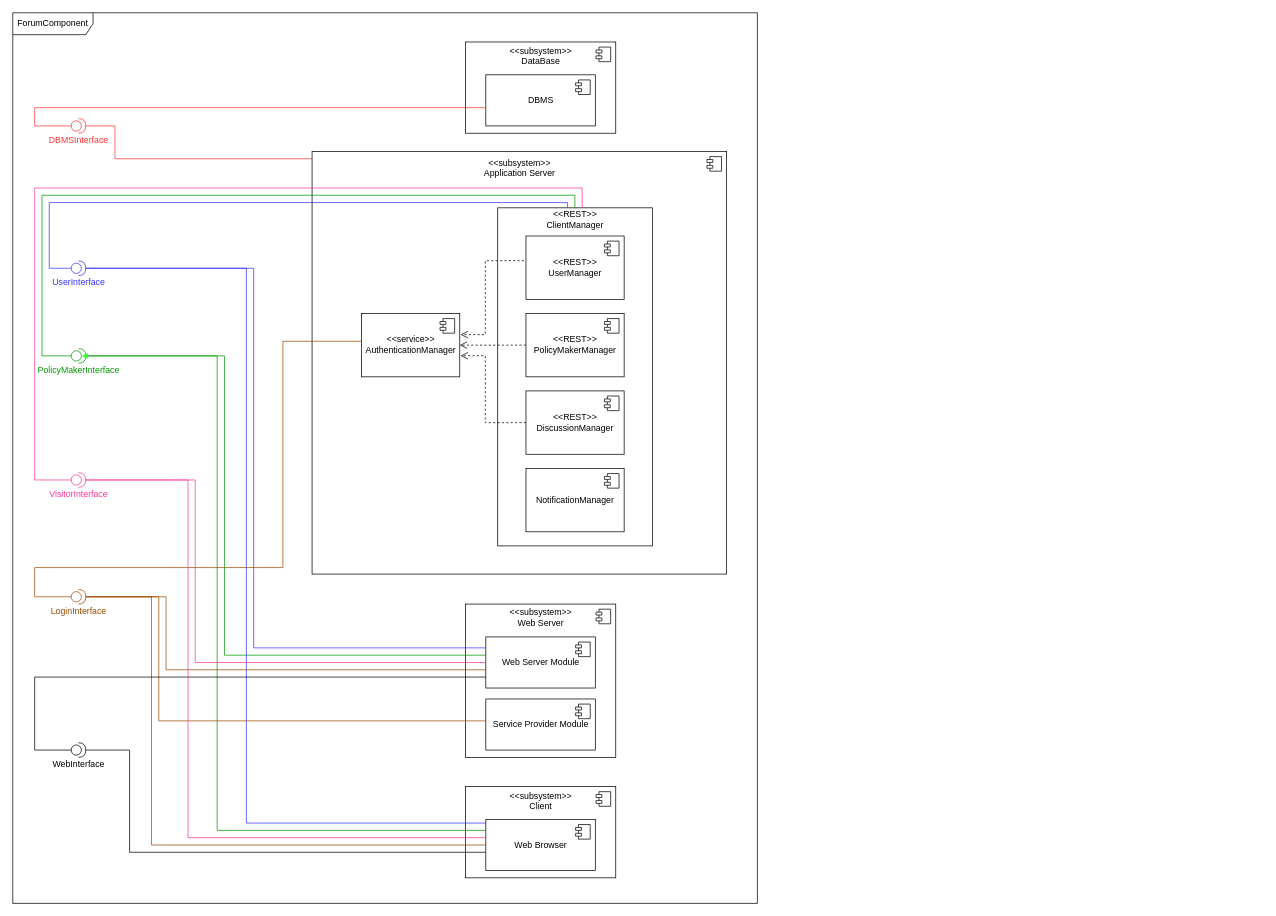
Above: page "ForumComponent" (1 of 2) of DD Diagrams/ComponentDiagram.drawio in matteovisotto/SE2-CecchettoSirianiVisotto (draw.io), before the change. Source tidied: cells renumbered, new cells numbered last; positions are measured from the earlier drawing's top-left corner, leaving out a move shared by most shapes. Both pictures are drawn from the tidied source at 73%, with x=0, y=0 at pixel (12, 12).
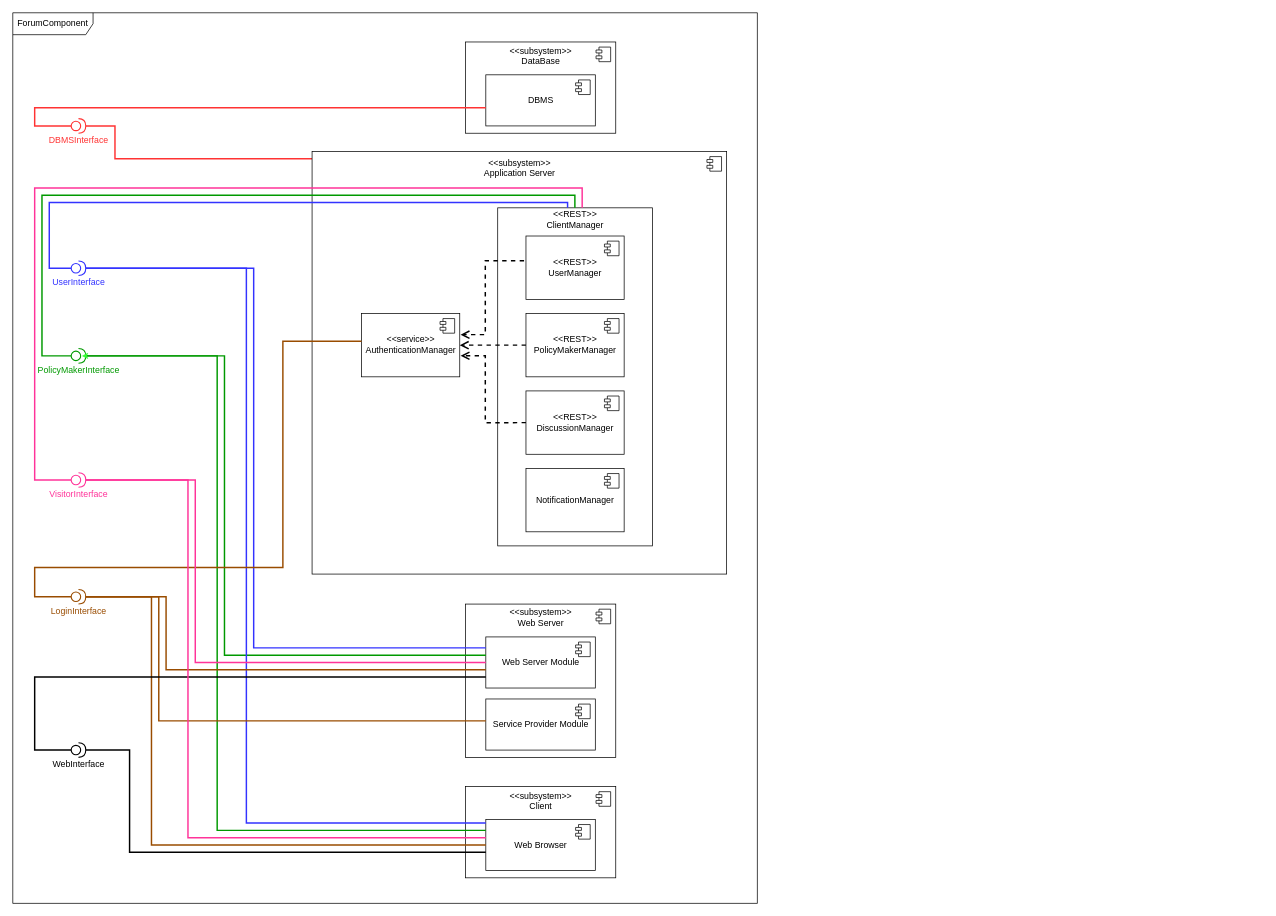
The same page after the edit.

Unchanged cells that the change refers to:
```xml
<mxCell id="7" value="DBMS" style="html=1;" parent="4" vertex="1">
  <mxGeometry x="28" y="45" width="150" height="70" as="geometry" />
</mxCell>
<mxCell id="14" value="Web Browser" style="html=1;" parent="11" vertex="1">
  <mxGeometry x="28" y="45" width="150" height="70" as="geometry" />
</mxCell>
<mxCell id="19" value="Web Server Module" style="html=1;" parent="16" vertex="1">
  <mxGeometry x="28" y="45" width="150" height="70" as="geometry" />
</mxCell>
<mxCell id="21" value="Service Provider Module" style="html=1;" parent="16" vertex="1">
  <mxGeometry x="28" y="130" width="150" height="70" as="geometry" />
</mxCell>
<mxCell id="26" style="group;" parent="25" vertex="1">
  <mxGeometry x="-40" width="1112.7" height="590" as="geometry" />
</mxCell>
<mxCell id="27" value="&amp;lt;&amp;lt;subsystem&amp;gt;&amp;gt;&lt;br&gt;Application Server&lt;br&gt;&lt;br&gt;&lt;br&gt;&lt;br&gt;&lt;br&gt;&lt;br&gt;&lt;br&gt;&lt;br&gt;&lt;br&gt;&lt;br&gt;&lt;br&gt;&lt;br&gt;&lt;br&gt;&lt;br&gt;&lt;br&gt;&lt;br&gt;&lt;br&gt;&lt;br&gt;&lt;br&gt;&lt;br&gt;&lt;br&gt;&lt;br&gt;&lt;br&gt;&lt;br&gt;&lt;br&gt;&lt;br&gt;&lt;br&gt;&lt;br&gt;&lt;br&gt;&lt;br&gt;&lt;br&gt;&lt;br&gt;&lt;br&gt;&lt;br&gt;&lt;br&gt;&lt;br&gt;&lt;br&gt;&lt;br&gt;" style="html=1;" parent="26" vertex="1">
  <mxGeometry width="567.9" height="578.9" as="geometry" />
</mxCell>
<mxCell id="29" value="&amp;lt;&amp;lt;REST&amp;gt;&amp;gt;&lt;br&gt;ClientManager&lt;br&gt;&lt;br&gt;&lt;br&gt;&lt;br&gt;&lt;br&gt;&lt;br&gt;&lt;br&gt;&lt;br&gt;&lt;br&gt;&lt;br&gt;&lt;br&gt;&lt;br&gt;&lt;br&gt;&lt;br&gt;&lt;br&gt;&lt;br&gt;&lt;br&gt;&lt;br&gt;&lt;br&gt;&lt;br&gt;&lt;br&gt;&lt;br&gt;&lt;br&gt;&lt;br&gt;&lt;br&gt;&lt;br&gt;&lt;br&gt;&lt;br&gt;&lt;br&gt;&lt;br&gt;&lt;br&gt;" style="html=1;" parent="26" vertex="1">
  <mxGeometry x="254.3" y="77.2" width="211.9" height="463.1" as="geometry" />
</mxCell>
<mxCell id="35" value="&amp;lt;&amp;lt;REST&amp;gt;&amp;gt;&lt;br&gt;PolicyMakerManager" style="html=1;" parent="26" vertex="1">
  <mxGeometry x="293" y="221.9" width="134.5" height="86.8" as="geometry" />
</mxCell>
<mxCell id="39" value="&amp;lt;&amp;lt;REST&amp;gt;&amp;gt;&lt;br&gt;DiscussionManager" style="html=1;" parent="26" vertex="1">
  <mxGeometry x="293" y="328" width="134.5" height="86.8" as="geometry" />
</mxCell>
<mxCell id="41" value="&amp;lt;&amp;lt;service&amp;gt;&amp;gt;&lt;br&gt;AuthenticationManager" style="html=1;" parent="26" vertex="1">
  <mxGeometry x="67.8" y="221.9" width="134.5" height="86.8" as="geometry" />
</mxCell>
```

What changed in the source:
```diff
@@
-    <mxCell id="3" value="&lt;font color=&quot;#ff3333&quot;&gt;DBMSInterface&lt;/font&gt;" style="shape=providedRequiredInterface;html=1;verticalLabelPosition=bottom;sketch=0;strokeColor=#FF3333;" parent="1" vertex="1">
+    <mxCell id="3" value="&lt;font color=&quot;#ff3333&quot;&gt;DBMSInterface&lt;/font&gt;" style="shape=providedRequiredInterface;html=1;verticalLabelPosition=bottom;sketch=0;strokeColor=#FF3333;strokeWidth=1.5;" parent="1" vertex="1">
       <mxGeometry x="80" y="145" width="20" height="20" as="geometry" />
     </mxCell>
@@
-    <mxCell id="9" value="&lt;font color=&quot;#3333ff&quot;&gt;UserInterface&lt;/font&gt;" style="shape=providedRequiredInterface;html=1;verticalLabelPosition=bottom;sketch=0;strokeColor=#3333FF;" parent="1" vertex="1">
+    <mxCell id="9" value="&lt;font color=&quot;#3333ff&quot;&gt;UserInterface&lt;/font&gt;" style="shape=providedRequiredInterface;html=1;verticalLabelPosition=bottom;sketch=0;strokeColor=#3333FF;strokeWidth=1.5;" parent="1" vertex="1">
       <mxGeometry x="80" y="340" width="20" height="20" as="geometry" />
     </mxCell>
-    <mxCell id="10" value="&lt;font color=&quot;#009900&quot;&gt;PolicyMakerInterface&lt;/font&gt;" style="shape=providedRequiredInterface;html=1;verticalLabelPosition=bottom;sketch=0;strokeColor=#009900;" parent="1" vertex="1">
+    <mxCell id="10" value="&lt;font color=&quot;#009900&quot;&gt;PolicyMakerInterface&lt;/font&gt;" style="shape=providedRequiredInterface;html=1;verticalLabelPosition=bottom;sketch=0;strokeColor=#009900;strokeWidth=1.5;" parent="1" vertex="1">
       <mxGeometry x="80" y="460" width="20" height="20" as="geometry" />
     </mxCell>
@@
-    <mxCell id="23" style="endArrow=none;html=1;edgeStyle=orthogonalEdgeStyle;rounded=0;exitX=0;exitY=0.5;exitDx=0;exitDy=0;exitPerimeter=0;strokeColor=#FF3333;" parent="1" edge="1" source="3" target="7">
+    <mxCell id="23" style="endArrow=none;html=1;edgeStyle=orthogonalEdgeStyle;rounded=0;exitX=0;exitY=0.5;exitDx=0;exitDy=0;exitPerimeter=0;strokeColor=#FF3333;strokeWidth=2;" parent="1" edge="1" source="3" target="7">
       <mxGeometry relative="1" as="geometry">
         <Array as="points">
           <mxPoint x="30" y="155" />
           <mxPoint x="30" y="130" />
         </Array>
       </mxGeometry>
     </mxCell>
-    <mxCell id="24" style="endArrow=none;html=1;edgeStyle=orthogonalEdgeStyle;rounded=0;exitX=1;exitY=0.5;exitDx=0;exitDy=0;exitPerimeter=0;strokeColor=#FF3333;" parent="1" edge="1" source="3" target="27">
+    <mxCell id="24" style="endArrow=none;html=1;edgeStyle=orthogonalEdgeStyle;rounded=0;exitX=1;exitY=0.5;exitDx=0;exitDy=0;exitPerimeter=0;strokeColor=#FF3333;strokeWidth=2;" parent="1" edge="1" source="3" target="27">
       <mxGeometry relative="1" as="geometry">
         <Array as="points">
           <mxPoint x="140" y="155" />
           <mxPoint x="140" y="200" />
         </Array>
       </mxGeometry>
     </mxCell>
@@
-    <mxCell id="30" style="html=1;verticalAlign=bottom;endArrow=open;dashed=1;endSize=8;rounded=0;exitX=0;exitY=0.5;exitDx=0;exitDy=0;" parent="26" edge="1" source="35" target="41">
+    <mxCell id="30" style="html=1;verticalAlign=bottom;endArrow=open;dashed=1;endSize=8;rounded=0;exitX=0;exitY=0.5;exitDx=0;exitDy=0;strokeWidth=2;" parent="26" edge="1" source="35" target="41">
       <mxGeometry relative="1" as="geometry" />
     </mxCell>
-    <mxCell id="31" style="html=1;verticalAlign=bottom;endArrow=open;dashed=1;endSize=8;rounded=0;" parent="26" edge="1" source="39">
+    <mxCell id="31" style="html=1;verticalAlign=bottom;endArrow=open;dashed=1;endSize=8;rounded=0;strokeWidth=2;" parent="26" edge="1" source="39">
       <mxGeometry relative="1" as="geometry">
         <mxPoint x="203.4" y="279.8" as="targetPoint" />
         <Array as="points">
           <mxPoint x="237.3" y="371.5" />
           <mxPoint x="237.3" y="279.8" />
           <mxPoint x="220.4" y="279.8" />
         </Array>
       </mxGeometry>
     </mxCell>
-    <mxCell id="32" style="html=1;verticalAlign=bottom;endArrow=open;dashed=1;endSize=8;rounded=0;" parent="26" edge="1">
+    <mxCell id="32" style="html=1;verticalAlign=bottom;endArrow=open;dashed=1;endSize=8;rounded=0;strokeWidth=2;" parent="26" edge="1">
       <mxGeometry relative="1" as="geometry">
         <mxPoint x="374.4" y="149.6" as="sourcePoint" />
         <mxPoint x="203.4" y="250.9" as="targetPoint" />
         <Array as="points">
           <mxPoint x="237.3" y="149.6" />
           <mxPoint x="237.3" y="250.9" />
         </Array>
       </mxGeometry>
     </mxCell>
@@
-    <mxCell id="43" style="endArrow=none;html=1;edgeStyle=orthogonalEdgeStyle;rounded=0;exitX=0;exitY=0.5;exitDx=0;exitDy=0;exitPerimeter=0;strokeColor=#3333FF;" parent="1" edge="1" source="9" target="29">
+    <mxCell id="43" style="endArrow=none;html=1;edgeStyle=orthogonalEdgeStyle;rounded=0;exitX=0;exitY=0.5;exitDx=0;exitDy=0;exitPerimeter=0;strokeColor=#3333FF;strokeWidth=2;" parent="1" edge="1" source="9" target="29">
       <mxGeometry relative="1" as="geometry">
         <Array as="points">
           <mxPoint x="50" y="350" />
           <mxPoint x="50" y="260" />
           <mxPoint x="760" y="260" />
         </Array>
       </mxGeometry>
     </mxCell>
-    <mxCell id="44" style="endArrow=none;html=1;edgeStyle=orthogonalEdgeStyle;rounded=0;exitX=0;exitY=0.5;exitDx=0;exitDy=0;exitPerimeter=0;strokeColor=#009900;" parent="1" edge="1" source="10" target="29">
+    <mxCell id="44" style="endArrow=none;html=1;edgeStyle=orthogonalEdgeStyle;rounded=0;exitX=0;exitY=0.5;exitDx=0;exitDy=0;exitPerimeter=0;strokeColor=#009900;strokeWidth=2;" parent="1" edge="1" source="10" target="29">
       <mxGeometry relative="1" as="geometry">
         <Array as="points">
           <mxPoint x="40" y="470" />
           <mxPoint x="40" y="250" />
           <mxPoint x="770" y="250" />
         </Array>
       </mxGeometry>
     </mxCell>
-    <mxCell id="45" style="endArrow=none;html=1;edgeStyle=orthogonalEdgeStyle;rounded=0;exitX=1;exitY=0.5;exitDx=0;exitDy=0;exitPerimeter=0;strokeColor=#009900;" parent="1" edge="1" source="10" target="14">
+    <mxCell id="45" style="endArrow=none;html=1;edgeStyle=orthogonalEdgeStyle;rounded=0;exitX=1;exitY=0.5;exitDx=0;exitDy=0;exitPerimeter=0;strokeColor=#009900;strokeWidth=2;" parent="1" edge="1" source="10" target="14">
       <mxGeometry relative="1" as="geometry">
         <Array as="points">
           <mxPoint x="280" y="470" />
           <mxPoint x="280" y="1120" />
         </Array>
       </mxGeometry>
     </mxCell>
-    <mxCell id="46" style="endArrow=none;html=1;edgeStyle=orthogonalEdgeStyle;rounded=0;exitX=1;exitY=0.5;exitDx=0;exitDy=0;exitPerimeter=0;strokeColor=#009900;" parent="1" edge="1" source="10" target="19">
+    <mxCell id="46" style="endArrow=none;html=1;edgeStyle=orthogonalEdgeStyle;rounded=0;exitX=1;exitY=0.5;exitDx=0;exitDy=0;exitPerimeter=0;strokeColor=#009900;strokeWidth=2;" parent="1" edge="1" source="10" target="19">
       <mxGeometry relative="1" as="geometry">
         <Array as="points">
           <mxPoint x="290" y="470" />
           <mxPoint x="290" y="880" />
         </Array>
       </mxGeometry>
     </mxCell>
-    <mxCell id="47" value="&lt;font color=&quot;#994c00&quot;&gt;LoginInterface&lt;/font&gt;" style="shape=providedRequiredInterface;html=1;verticalLabelPosition=bottom;sketch=0;strokeColor=#994C00;" parent="1" vertex="1">
+    <mxCell id="47" value="&lt;font color=&quot;#994c00&quot;&gt;LoginInterface&lt;/font&gt;" style="shape=providedRequiredInterface;html=1;verticalLabelPosition=bottom;sketch=0;strokeColor=#994C00;strokeWidth=1.5;" parent="1" vertex="1">
       <mxGeometry x="80" y="790" width="20" height="20" as="geometry" />
     </mxCell>
-    <mxCell id="48" value="WebInterface" style="shape=providedRequiredInterface;html=1;verticalLabelPosition=bottom;sketch=0;" parent="1" vertex="1">
+    <mxCell id="48" value="WebInterface" style="shape=providedRequiredInterface;html=1;verticalLabelPosition=bottom;sketch=0;strokeWidth=1.5;" parent="1" vertex="1">
       <mxGeometry x="80" y="1000" width="20" height="20" as="geometry" />
     </mxCell>
-    <mxCell id="49" style="endArrow=none;html=1;edgeStyle=orthogonalEdgeStyle;rounded=0;strokeColor=#3333FF;" parent="1" edge="1" target="19">
+    <mxCell id="49" style="endArrow=none;html=1;edgeStyle=orthogonalEdgeStyle;rounded=0;strokeColor=#3333FF;strokeWidth=2;" parent="1" edge="1" target="19">
       <mxGeometry relative="1" as="geometry">
         <mxPoint x="100" y="350" as="sourcePoint" />
         <Array as="points">
           <mxPoint x="330" y="350" />
           <mxPoint x="330" y="870" />
         </Array>
       </mxGeometry>
     </mxCell>
-    <mxCell id="50" style="endArrow=none;html=1;edgeStyle=orthogonalEdgeStyle;rounded=0;exitX=1;exitY=0.5;exitDx=0;exitDy=0;exitPerimeter=0;strokeColor=#3333FF;" parent="1" edge="1" source="9" target="14">
+    <mxCell id="50" style="endArrow=none;html=1;edgeStyle=orthogonalEdgeStyle;rounded=0;exitX=1;exitY=0.5;exitDx=0;exitDy=0;exitPerimeter=0;strokeColor=#3333FF;strokeWidth=2;" parent="1" edge="1" source="9" target="14">
       <mxGeometry relative="1" as="geometry">
         <Array as="points">
           <mxPoint x="320" y="350" />
           <mxPoint x="320" y="1110" />
         </Array>
       </mxGeometry>
     </mxCell>
-    <mxCell id="51" style="endArrow=none;html=1;edgeStyle=orthogonalEdgeStyle;rounded=0;exitX=0;exitY=0.5;exitDx=0;exitDy=0;exitPerimeter=0;strokeColor=#994C00;" parent="1" edge="1" source="47" target="41">
+    <mxCell id="51" style="endArrow=none;html=1;edgeStyle=orthogonalEdgeStyle;rounded=0;exitX=0;exitY=0.5;exitDx=0;exitDy=0;exitPerimeter=0;strokeColor=#994C00;strokeWidth=2;" parent="1" edge="1" source="47" target="41">
       <mxGeometry relative="1" as="geometry">
         <Array as="points">
           <mxPoint x="30" y="800" />
           <mxPoint x="30" y="760" />
           <mxPoint x="370" y="760" />
           <mxPoint x="370" y="450" />
         </Array>
       </mxGeometry>
     </mxCell>
-    <mxCell id="52" style="endArrow=none;html=1;edgeStyle=orthogonalEdgeStyle;rounded=0;exitX=1;exitY=0.5;exitDx=0;exitDy=0;exitPerimeter=0;strokeColor=#994C00;" parent="1" edge="1" source="47" target="21">
+    <mxCell id="52" style="endArrow=none;html=1;edgeStyle=orthogonalEdgeStyle;rounded=0;exitX=1;exitY=0.5;exitDx=0;exitDy=0;exitPerimeter=0;strokeColor=#994C00;strokeWidth=2;" parent="1" edge="1" source="47" target="21">
       <mxGeometry relative="1" as="geometry">
         <Array as="points">
           <mxPoint x="200" y="800" />
           <mxPoint x="200" y="970" />
         </Array>
       </mxGeometry>
     </mxCell>
-    <mxCell id="53" style="endArrow=none;html=1;edgeStyle=orthogonalEdgeStyle;rounded=0;exitX=1;exitY=0.5;exitDx=0;exitDy=0;exitPerimeter=0;strokeColor=#994C00;" parent="1" edge="1" source="47" target="14">
+    <mxCell id="53" style="endArrow=none;html=1;edgeStyle=orthogonalEdgeStyle;rounded=0;exitX=1;exitY=0.5;exitDx=0;exitDy=0;exitPerimeter=0;strokeColor=#994C00;strokeWidth=2;" parent="1" edge="1" source="47" target="14">
       <mxGeometry relative="1" as="geometry">
         <Array as="points">
           <mxPoint x="190" y="800" />
           <mxPoint x="190" y="1140" />
         </Array>
       </mxGeometry>
     </mxCell>
-    <mxCell id="54" style="endArrow=none;html=1;edgeStyle=orthogonalEdgeStyle;rounded=0;exitX=1;exitY=0.5;exitDx=0;exitDy=0;exitPerimeter=0;strokeColor=#994C00;" parent="1" edge="1" source="47" target="19">
+    <mxCell id="54" style="endArrow=none;html=1;edgeStyle=orthogonalEdgeStyle;rounded=0;exitX=1;exitY=0.5;exitDx=0;exitDy=0;exitPerimeter=0;strokeColor=#994C00;strokeWidth=2;" parent="1" edge="1" source="47" target="19">
       <mxGeometry relative="1" as="geometry">
         <Array as="points">
           <mxPoint x="210" y="800" />
           <mxPoint x="210" y="900" />
         </Array>
       </mxGeometry>
     </mxCell>
-    <mxCell id="55" style="endArrow=none;html=1;edgeStyle=orthogonalEdgeStyle;rounded=0;exitX=0;exitY=0.5;exitDx=0;exitDy=0;exitPerimeter=0;" parent="1" edge="1" source="48" target="19">
+    <mxCell id="55" style="endArrow=none;html=1;edgeStyle=orthogonalEdgeStyle;rounded=0;exitX=0;exitY=0.5;exitDx=0;exitDy=0;exitPerimeter=0;strokeWidth=2;" parent="1" edge="1" source="48" target="19">
       <mxGeometry relative="1" as="geometry">
         <Array as="points">
           <mxPoint x="30" y="1010" />
           <mxPoint x="30" y="910" />
         </Array>
       </mxGeometry>
     </mxCell>
-    <mxCell id="56" style="endArrow=none;html=1;edgeStyle=orthogonalEdgeStyle;rounded=0;exitX=1;exitY=0.5;exitDx=0;exitDy=0;exitPerimeter=0;" parent="1" edge="1" source="48" target="14">
+    <mxCell id="56" style="endArrow=none;html=1;edgeStyle=orthogonalEdgeStyle;rounded=0;exitX=1;exitY=0.5;exitDx=0;exitDy=0;exitPerimeter=0;strokeWidth=2;" parent="1" edge="1" source="48" target="14">
       <mxGeometry relative="1" as="geometry">
         <Array as="points">
           <mxPoint x="160" y="1010" />
           <mxPoint x="160" y="1150" />
         </Array>
       </mxGeometry>
     </mxCell>
@@
-    <mxCell id="58" style="edgeStyle=orthogonalEdgeStyle;rounded=0;jettySize=auto;html=1;exitX=0;exitY=0.5;exitDx=0;exitDy=0;exitPerimeter=0;fontColor=#994C00;strokeColor=#FF3399;endArrow=none;endFill=0;" parent="1" edge="1" source="61" target="29">
+    <mxCell id="58" style="edgeStyle=orthogonalEdgeStyle;rounded=0;jettySize=auto;html=1;exitX=0;exitY=0.5;exitDx=0;exitDy=0;exitPerimeter=0;fontColor=#994C00;strokeColor=#FF3399;endArrow=none;endFill=0;strokeWidth=2;" parent="1" edge="1" source="61" target="29">
       <mxGeometry relative="1" as="geometry">
         <Array as="points">
           <mxPoint x="30" y="640" />
           <mxPoint x="30" y="240" />
           <mxPoint x="780" y="240" />
         </Array>
       </mxGeometry>
     </mxCell>
-    <mxCell id="59" style="edgeStyle=orthogonalEdgeStyle;rounded=0;jettySize=auto;html=1;exitX=1;exitY=0.5;exitDx=0;exitDy=0;exitPerimeter=0;fontColor=#994C00;endArrow=none;endFill=0;strokeColor=#FF3399;" parent="1" edge="1" source="61" target="14">
+    <mxCell id="59" style="edgeStyle=orthogonalEdgeStyle;rounded=0;jettySize=auto;html=1;exitX=1;exitY=0.5;exitDx=0;exitDy=0;exitPerimeter=0;fontColor=#994C00;endArrow=none;endFill=0;strokeColor=#FF3399;strokeWidth=2;" parent="1" edge="1" source="61" target="14">
       <mxGeometry relative="1" as="geometry">
         <Array as="points">
           <mxPoint x="240" y="640" />
           <mxPoint x="240" y="1130" />
         </Array>
       </mxGeometry>
     </mxCell>
-    <mxCell id="60" style="edgeStyle=orthogonalEdgeStyle;rounded=0;jettySize=auto;html=1;exitX=1;exitY=0.5;exitDx=0;exitDy=0;exitPerimeter=0;fontColor=#994C00;endArrow=none;endFill=0;strokeColor=#FF3399;" parent="1" edge="1" source="61" target="19">
+    <mxCell id="60" style="edgeStyle=orthogonalEdgeStyle;rounded=0;jettySize=auto;html=1;exitX=1;exitY=0.5;exitDx=0;exitDy=0;exitPerimeter=0;fontColor=#994C00;endArrow=none;endFill=0;strokeColor=#FF3399;strokeWidth=2;" parent="1" edge="1" source="61" target="19">
       <mxGeometry relative="1" as="geometry">
         <Array as="points">
           <mxPoint x="250" y="640" />
           <mxPoint x="250" y="890" />
         </Array>
       </mxGeometry>
     </mxCell>
-    <mxCell id="61" value="&lt;font color=&quot;#ff3399&quot;&gt;VisitorInterface&lt;/font&gt;" style="shape=providedRequiredInterface;html=1;verticalLabelPosition=bottom;sketch=0;strokeColor=#FF3399;" parent="1" vertex="1">
+    <mxCell id="61" value="&lt;font color=&quot;#ff3399&quot;&gt;VisitorInterface&lt;/font&gt;" style="shape=providedRequiredInterface;html=1;verticalLabelPosition=bottom;sketch=0;strokeColor=#FF3399;strokeWidth=1.5;" parent="1" vertex="1">
       <mxGeometry x="80" y="630" width="20" height="20" as="geometry" />
     </mxCell>
```
